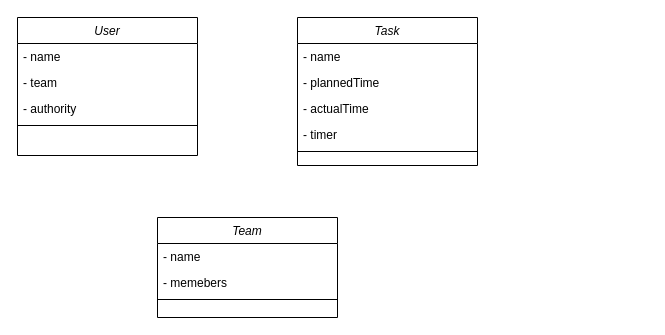
Above: Диаграмма без названия.drawio in hard-gainer/UML (draw.io), before the change. Source tidied: cells renumbered, new cells numbered last; positions are measured from the earlier drawing's top-left corner, leaving out a move shared by most shapes. Both pictures are drawn from the tidied source at 100%, with x=0, y=0 at pixel (17, 17).
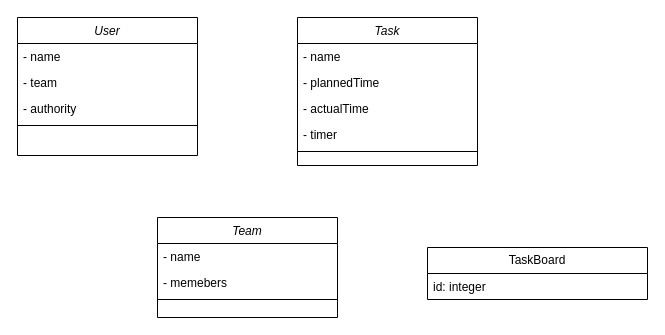
The same page after the edit.

What changed in the source:
```diff
@@
 <mxGraphModel>
   <root>
     <mxCell id="0" />
     <mxCell id="1" parent="0" />
     <mxCell id="2" value="User" style="swimlane;fontStyle=2;align=center;verticalAlign=top;horizontal=1;startSize=26;rounded=0;shadow=0;strokeWidth=1;" parent="1" vertex="1">
       <mxGeometry width="180" height="138" as="geometry" />
     </mxCell>
     <mxCell id="3" value="- name" style="text;align=left;verticalAlign=top;spacingLeft=4;spacingRight=4;overflow=hidden;rounded=0;shadow=0;html=0;" parent="2" vertex="1">
       <mxGeometry y="26" width="180" height="26" as="geometry" />
     </mxCell>
     <mxCell id="4" value="- team" style="text;align=left;verticalAlign=top;spacingLeft=4;spacingRight=4;overflow=hidden;rounded=0;shadow=0;html=0;" parent="2" vertex="1">
       <mxGeometry y="52" width="180" height="26" as="geometry" />
     </mxCell>
     <mxCell id="5" value="- authority" style="text;align=left;verticalAlign=top;spacingLeft=4;spacingRight=4;overflow=hidden;rounded=0;shadow=0;html=0;" parent="2" vertex="1">
       <mxGeometry y="78" width="180" height="26" as="geometry" />
     </mxCell>
     <mxCell id="6" style="line;html=1;strokeWidth=1;align=left;verticalAlign=middle;spacingTop=-1;spacingLeft=3;spacingRight=3;labelPosition=right;" parent="2" vertex="1">
       <mxGeometry y="104" width="180" height="8" as="geometry" />
     </mxCell>
     <mxCell id="7" value="Task" style="swimlane;fontStyle=2;align=center;verticalAlign=top;horizontal=1;startSize=26;rounded=0;shadow=0;strokeWidth=1;" parent="1" vertex="1">
       <mxGeometry x="280" width="180" height="148" as="geometry" />
     </mxCell>
     <mxCell id="8" value="- name" style="text;align=left;verticalAlign=top;spacingLeft=4;spacingRight=4;overflow=hidden;rounded=0;shadow=0;html=0;" parent="7" vertex="1">
       <mxGeometry y="26" width="180" height="26" as="geometry" />
     </mxCell>
     <mxCell id="9" value="- plannedTime" style="text;align=left;verticalAlign=top;spacingLeft=4;spacingRight=4;overflow=hidden;rounded=0;shadow=0;html=0;" parent="7" vertex="1">
       <mxGeometry y="52" width="180" height="26" as="geometry" />
     </mxCell>
     <mxCell id="10" value="- actualTime" style="text;align=left;verticalAlign=top;spacingLeft=4;spacingRight=4;overflow=hidden;rounded=0;shadow=0;html=0;" parent="7" vertex="1">
       <mxGeometry y="78" width="180" height="26" as="geometry" />
     </mxCell>
     <mxCell id="11" value="- timer" style="text;align=left;verticalAlign=top;spacingLeft=4;spacingRight=4;overflow=hidden;rounded=0;shadow=0;html=0;" parent="7" vertex="1">
       <mxGeometry y="104" width="180" height="26" as="geometry" />
     </mxCell>
     <mxCell id="12" style="line;html=1;strokeWidth=1;align=left;verticalAlign=middle;spacingTop=-1;spacingLeft=3;spacingRight=3;labelPosition=right;" parent="7" vertex="1">
       <mxGeometry y="130" width="180" height="8" as="geometry" />
     </mxCell>
     <mxCell id="13" value="Team" style="swimlane;fontStyle=2;align=center;verticalAlign=top;horizontal=1;startSize=26;rounded=0;shadow=0;strokeWidth=1;" parent="1" vertex="1">
       <mxGeometry x="140" y="200" width="180" height="100" as="geometry" />
     </mxCell>
     <mxCell id="14" value="- name" style="text;align=left;verticalAlign=top;spacingLeft=4;spacingRight=4;overflow=hidden;rounded=0;shadow=0;html=0;" parent="13" vertex="1">
       <mxGeometry y="26" width="180" height="26" as="geometry" />
     </mxCell>
     <mxCell id="15" value="- memebers" style="text;align=left;verticalAlign=top;spacingLeft=4;spacingRight=4;overflow=hidden;rounded=0;shadow=0;html=0;" parent="13" vertex="1">
       <mxGeometry y="52" width="180" height="26" as="geometry" />
     </mxCell>
     <mxCell id="16" style="line;html=1;strokeWidth=1;align=left;verticalAlign=middle;spacingTop=-1;spacingLeft=3;spacingRight=3;labelPosition=right;" parent="13" vertex="1">
       <mxGeometry y="78" width="180" height="8" as="geometry" />
     </mxCell>
+    <mxCell id="17" value="TaskBoard" style="swimlane;fontStyle=0;horizontal=1;startSize=26;fillColor=none;whiteSpace=wrap;html=1;" parent="1" vertex="1">
+      <mxGeometry x="410" y="230" width="220" height="52" as="geometry" />
+    </mxCell>
+    <mxCell id="18" value="id: integer" style="text;strokeColor=none;fillColor=none;align=left;verticalAlign=top;spacingLeft=4;spacingRight=4;overflow=hidden;whiteSpace=wrap;html=1;" parent="17" vertex="1">
+      <mxGeometry y="26" width="220" height="26" as="geometry" />
+    </mxCell>
   </root>
 </mxGraphModel>
```
